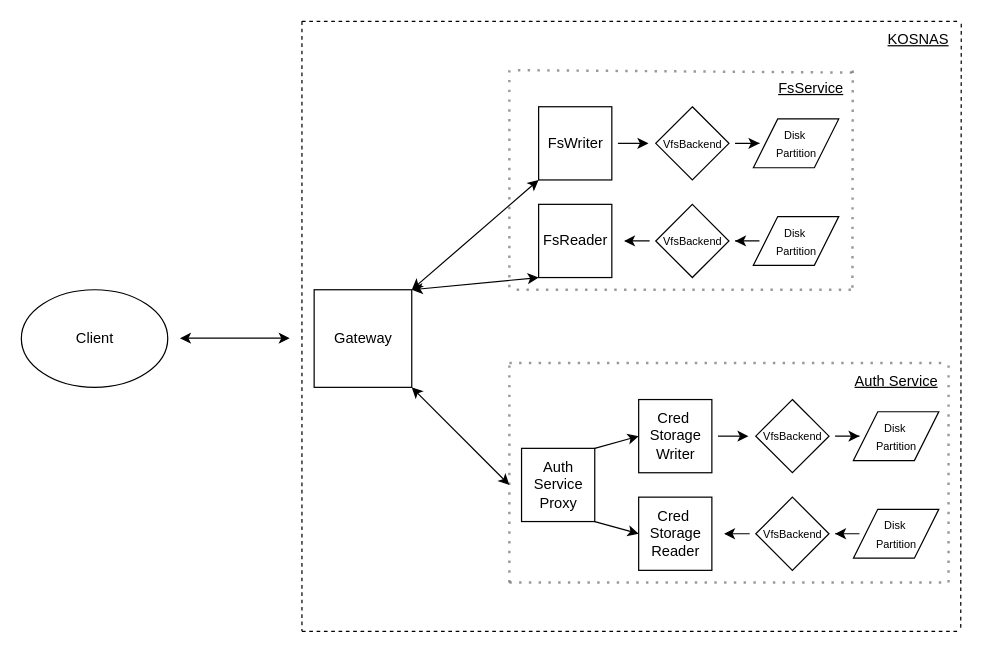
Iroh-5/kosnas keeps this draw.io diagram as assets/NAS Arch.drawio. Above is the earlier version. Source tidied: cells renumbered, new cells numbered last; positions are measured from the earlier drawing's top-left corner, leaving out a move shared by most shapes. Both pictures are drawn from the tidied source at 122%, with x=0, y=0 at pixel (21, 21).
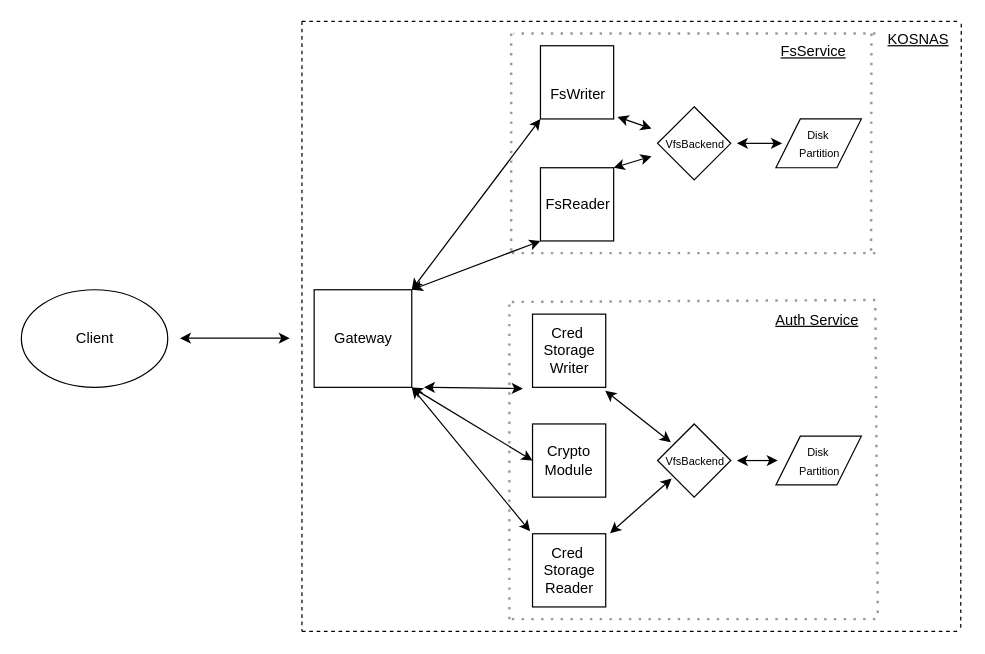
The same diagram, later.

Commit message:
Update architecture diagram

The change refers to these unchanged cells:
```xml
<mxCell id="2" style="whiteSpace=wrap;html=1;" parent="1" vertex="1">
  <mxGeometry x="240" y="220" width="80" height="80" as="geometry" />
</mxCell>
```

Change to the diagram source:
```diff
@@
     <mxCell id="8" style="whiteSpace=wrap;html=1;" parent="1" vertex="1">
-      <mxGeometry x="424" y="70" width="60" height="60" as="geometry" />
+      <mxGeometry x="425.5" y="20" width="60" height="60" as="geometry" />
     </mxCell>
     <mxCell id="9" style="whiteSpace=wrap;html=1;" parent="1" vertex="1">
-      <mxGeometry x="424" y="150" width="60" height="60" as="geometry" />
+      <mxGeometry x="425.5" y="120" width="60" height="60" as="geometry" />
     </mxCell>
     <mxCell id="10" style="rhombus;whiteSpace=wrap;html=1;" parent="1" vertex="1">
-      <mxGeometry x="520" y="70" width="60" height="60" as="geometry" />
+      <mxGeometry x="521.5" y="70" width="60" height="60" as="geometry" />
     </mxCell>
-    <mxCell id="11" style="rhombus;whiteSpace=wrap;html=1;" parent="1" vertex="1">
-      <mxGeometry x="520" y="150" width="60" height="60" as="geometry" />
-    </mxCell>
     <mxCell id="12" style="shape=parallelogram;perimeter=parallelogramPerimeter;whiteSpace=wrap;html=1;fixedSize=1;" parent="1" vertex="1">
-      <mxGeometry x="600" y="80" width="70" height="40" as="geometry" />
+      <mxGeometry x="618.5" y="80" width="70" height="40" as="geometry" />
     </mxCell>
-    <mxCell id="13" style="shape=parallelogram;perimeter=parallelogramPerimeter;whiteSpace=wrap;html=1;fixedSize=1;" parent="1" vertex="1">
-      <mxGeometry x="600" y="160" width="70" height="40" as="geometry" />
-    </mxCell>
-    <mxCell id="14" style="edgeStyle=orthogonalEdgeStyle;rounded=0;orthogonalLoop=1;jettySize=auto;html=1;" parent="1" edge="1">
-      <mxGeometry relative="1" as="geometry">
-        <mxPoint x="489" y="100" as="sourcePoint" />
-        <mxPoint x="514" y="100" as="targetPoint" />
-      </mxGeometry>
-    </mxCell>
     <mxCell id="15" value="FsReader" style="text;html=1;align=center;verticalAlign=middle;strokeColor=none;fillColor=none;" parent="1" vertex="1">
-      <mxGeometry x="414" y="165" width="80" height="30" as="geometry" />
+      <mxGeometry x="415.5" y="135" width="80" height="30" as="geometry" />
     </mxCell>
     <mxCell id="16" style="endArrow=none;dashed=1;html=1;dashPattern=1 3;strokeWidth=2;rounded=0;opacity=40;" parent="1" edge="1">
       <mxGeometry relative="1" as="geometry">
-        <mxPoint x="400" y="40" as="sourcePoint" />
-        <mxPoint x="400" y="220" as="targetPoint" />
+        <mxPoint x="401.5" y="10" as="sourcePoint" />
+        <mxPoint x="401.5" y="190" as="targetPoint" />
       </mxGeometry>
     </mxCell>
     <mxCell id="17" style="endArrow=none;dashed=1;html=1;dashPattern=1 3;strokeWidth=2;rounded=0;opacity=40;exitX=0.891;exitY=0.01;exitDx=0;exitDy=0;exitPerimeter=0;" parent="1" edge="1">
       <mxGeometry relative="1" as="geometry">
-        <mxPoint x="681.5" y="40.3" as="sourcePoint" />
-        <mxPoint x="681.2" y="220" as="targetPoint" />
+        <mxPoint x="696.8" y="10" as="sourcePoint" />
+        <mxPoint x="696.5" y="189.7" as="targetPoint" />
       </mxGeometry>
     </mxCell>
     <mxCell id="18" style="endArrow=none;dashed=1;html=1;dashPattern=1 3;strokeWidth=2;rounded=0;opacity=40;" parent="1" edge="1">
       <mxGeometry relative="1" as="geometry">
-        <mxPoint x="680" y="220" as="sourcePoint" />
-        <mxPoint x="400" y="220" as="targetPoint" />
+        <mxPoint x="700" y="190" as="sourcePoint" />
+        <mxPoint x="401.5" y="190" as="targetPoint" />
       </mxGeometry>
     </mxCell>
-    <mxCell id="19" style="endArrow=none;dashed=1;html=1;dashPattern=1 3;strokeWidth=2;rounded=0;opacity=40;exitX=0.925;exitY=0.067;exitDx=0;exitDy=0;exitPerimeter=0;" parent="1" edge="1" source="20">
+    <mxCell id="19" style="endArrow=none;dashed=1;html=1;dashPattern=1 3;strokeWidth=2;rounded=0;opacity=40;" parent="1" edge="1">
       <mxGeometry relative="1" as="geometry">
-        <mxPoint x="402" y="40" as="targetPoint" />
+        <mxPoint x="700" y="10" as="sourcePoint" />
+        <mxPoint x="403.5" y="10" as="targetPoint" />
       </mxGeometry>
     </mxCell>
     <mxCell id="20" value="FsService" style="text;html=1;align=center;verticalAlign=middle;points=[];strokeColor=none;fillColor=none;fontStyle=4;" parent="1" vertex="1">
-      <mxGeometry x="607" y="40" width="80" height="30" as="geometry" />
+      <mxGeometry x="608.5" y="10" width="80" height="30" as="geometry" />
     </mxCell>
-    <mxCell id="21" style="edgeStyle=orthogonalEdgeStyle;rounded=0;jettySize=auto;html=1;" parent="1" edge="1" source="22" target="25">
-      <mxGeometry relative="1" as="geometry" />
-    </mxCell>
     <mxCell id="22" value="&lt;font style=&quot;font-size: 9px;&quot;&gt;VfsBackend&lt;/font&gt;" style="text;html=1;align=center;verticalAlign=middle;points=[];strokeColor=none;fillColor=none;" parent="1" vertex="1">
-      <mxGeometry x="515" y="85" width="70" height="30" as="geometry" />
+      <mxGeometry x="516.5" y="85" width="70" height="30" as="geometry" />
     </mxCell>
-    <mxCell id="23" style="edgeStyle=orthogonalEdgeStyle;rounded=0;jettySize=auto;html=1;" parent="1" edge="1" source="24">
-      <mxGeometry relative="1" as="geometry">
-        <mxPoint x="494" y="180" as="targetPoint" />
-      </mxGeometry>
-    </mxCell>
-    <mxCell id="24" value="&lt;font style=&quot;font-size: 9px;&quot;&gt;VfsBackend&lt;/font&gt;" style="text;html=1;align=center;verticalAlign=middle;points=[];strokeColor=none;fillColor=none;" parent="1" vertex="1">
-      <mxGeometry x="515" y="165" width="70" height="30" as="geometry" />
-    </mxCell>
     <mxCell id="25" value="&lt;font style=&quot;font-size: 9px;&quot;&gt;Disk&lt;/font&gt;&lt;font style=&quot;font-size: 8px;&quot;&gt;&amp;nbsp;&lt;/font&gt;&lt;div&gt;&lt;font style=&quot;font-size: 9px;&quot;&gt;Partition&lt;/font&gt;&lt;/div&gt;" style="text;html=1;align=center;verticalAlign=middle;points=[];strokeColor=none;fillColor=none;" parent="1" vertex="1">
-      <mxGeometry x="605" y="80" width="60" height="40" as="geometry" />
+      <mxGeometry x="623.5" y="80" width="60" height="40" as="geometry" />
     </mxCell>
-    <mxCell id="26" style="edgeStyle=orthogonalEdgeStyle;rounded=0;jettySize=auto;html=1;" parent="1" edge="1" source="27" target="24">
-      <mxGeometry relative="1" as="geometry" />
-    </mxCell>
-    <mxCell id="27" value="&lt;font style=&quot;font-size: 9px;&quot;&gt;Disk&lt;/font&gt;&lt;font style=&quot;font-size: 8px;&quot;&gt;&amp;nbsp;&lt;/font&gt;&lt;div&gt;&lt;font style=&quot;font-size: 9px;&quot;&gt;Partition&lt;/font&gt;&lt;/div&gt;" style="text;html=1;align=center;verticalAlign=middle;points=[];strokeColor=none;fillColor=none;" parent="1" vertex="1">
-      <mxGeometry x="605" y="160" width="60" height="40" as="geometry" />
-    </mxCell>
-    <mxCell id="28" style="whiteSpace=wrap;html=1;" parent="1" vertex="1">
-      <mxGeometry x="410" y="350" width="60" height="60" as="geometry" />
-    </mxCell>
     <mxCell id="29" style="whiteSpace=wrap;html=1;" parent="1" vertex="1">
-      <mxGeometry x="506" y="310" width="60" height="60" as="geometry" />
+      <mxGeometry x="419" y="240" width="60" height="60" as="geometry" />
     </mxCell>
     <mxCell id="30" style="whiteSpace=wrap;html=1;" parent="1" vertex="1">
-      <mxGeometry x="506" y="390" width="60" height="60" as="geometry" />
+      <mxGeometry x="419" y="420" width="60" height="60" as="geometry" />
     </mxCell>
     <mxCell id="31" style="rhombus;whiteSpace=wrap;html=1;" parent="1" vertex="1">
-      <mxGeometry x="602" y="310" width="60" height="60" as="geometry" />
+      <mxGeometry x="521.5" y="330" width="60" height="60" as="geometry" />
     </mxCell>
-    <mxCell id="32" style="rhombus;whiteSpace=wrap;html=1;" parent="1" vertex="1">
-      <mxGeometry x="602" y="390" width="60" height="60" as="geometry" />
-    </mxCell>
     <mxCell id="33" style="shape=parallelogram;perimeter=parallelogramPerimeter;whiteSpace=wrap;html=1;fixedSize=1;" parent="1" vertex="1">
-      <mxGeometry x="682" y="320" width="70" height="40" as="geometry" />
+      <mxGeometry x="618.5" y="340" width="70" height="40" as="geometry" />
     </mxCell>
-    <mxCell id="34" style="shape=parallelogram;perimeter=parallelogramPerimeter;whiteSpace=wrap;html=1;fixedSize=1;" parent="1" vertex="1">
-      <mxGeometry x="682" y="400" width="70" height="40" as="geometry" />
-    </mxCell>
-    <mxCell id="35" style="edgeStyle=orthogonalEdgeStyle;rounded=0;orthogonalLoop=1;jettySize=auto;html=1;" parent="1" edge="1">
-      <mxGeometry relative="1" as="geometry">
-        <mxPoint x="571" y="340" as="sourcePoint" />
-        <mxPoint x="596" y="340" as="targetPoint" />
-      </mxGeometry>
-    </mxCell>
-    <mxCell id="36" style="edgeStyle=orthogonalEdgeStyle;rounded=0;jettySize=auto;html=1;" parent="1" edge="1" source="37" target="40">
-      <mxGeometry relative="1" as="geometry" />
-    </mxCell>
     <mxCell id="37" value="&lt;font style=&quot;font-size: 9px;&quot;&gt;VfsBackend&lt;/font&gt;" style="text;html=1;align=center;verticalAlign=middle;points=[];strokeColor=none;fillColor=none;" parent="1" vertex="1">
-      <mxGeometry x="597" y="325" width="70" height="30" as="geometry" />
+      <mxGeometry x="516.5" y="345" width="70" height="30" as="geometry" />
     </mxCell>
-    <mxCell id="38" style="edgeStyle=orthogonalEdgeStyle;rounded=0;jettySize=auto;html=1;" parent="1" edge="1" source="39">
-      <mxGeometry relative="1" as="geometry">
-        <mxPoint x="576" y="420" as="targetPoint" />
-      </mxGeometry>
-    </mxCell>
-    <mxCell id="39" value="&lt;font style=&quot;font-size: 9px;&quot;&gt;VfsBackend&lt;/font&gt;" style="text;html=1;align=center;verticalAlign=middle;points=[];strokeColor=none;fillColor=none;" parent="1" vertex="1">
-      <mxGeometry x="597" y="405" width="70" height="30" as="geometry" />
-    </mxCell>
     <mxCell id="40" value="&lt;font style=&quot;font-size: 9px;&quot;&gt;Disk&lt;/font&gt;&lt;font style=&quot;font-size: 8px;&quot;&gt;&amp;nbsp;&lt;/font&gt;&lt;div&gt;&lt;font style=&quot;font-size: 9px;&quot;&gt;Partition&lt;/font&gt;&lt;/div&gt;" style="text;html=1;align=center;verticalAlign=middle;points=[];strokeColor=none;fillColor=none;" parent="1" vertex="1">
-      <mxGeometry x="687" y="320" width="60" height="40" as="geometry" />
+      <mxGeometry x="623.5" y="340" width="60" height="40" as="geometry" />
     </mxCell>
-    <mxCell id="41" style="edgeStyle=orthogonalEdgeStyle;rounded=0;jettySize=auto;html=1;" parent="1" edge="1" source="42" target="39">
-      <mxGeometry relative="1" as="geometry" />
-    </mxCell>
-    <mxCell id="42" value="&lt;font style=&quot;font-size: 9px;&quot;&gt;Disk&lt;/font&gt;&lt;font style=&quot;font-size: 8px;&quot;&gt;&amp;nbsp;&lt;/font&gt;&lt;div&gt;&lt;font style=&quot;font-size: 9px;&quot;&gt;Partition&lt;/font&gt;&lt;/div&gt;" style="text;html=1;align=center;verticalAlign=middle;points=[];strokeColor=none;fillColor=none;" parent="1" vertex="1">
-      <mxGeometry x="687" y="400" width="60" height="40" as="geometry" />
-    </mxCell>
-    <mxCell id="43" style="endArrow=classic;html=1;rounded=0;exitX=1;exitY=0;exitDx=0;exitDy=0;entryX=0;entryY=0.5;entryDx=0;entryDy=0;" parent="1" edge="1" source="28" target="29">
-      <mxGeometry relative="1" as="geometry" />
-    </mxCell>
-    <mxCell id="44" style="endArrow=classic;html=1;rounded=0;exitX=1;exitY=1;exitDx=0;exitDy=0;entryX=0;entryY=0.5;entryDx=0;entryDy=0;" parent="1" edge="1" source="28" target="30">
-      <mxGeometry relative="1" as="geometry" />
-    </mxCell>
-    <mxCell id="45" value="Auth&lt;div&gt;Service&lt;/div&gt;&lt;div&gt;Proxy&lt;/div&gt;" style="text;html=1;align=center;verticalAlign=middle;strokeColor=none;fillColor=none;" parent="1" vertex="1">
-      <mxGeometry x="410" y="350" width="60" height="60" as="geometry" />
-    </mxCell>
     <mxCell id="46" value="Cred&amp;nbsp;&lt;div&gt;Storage&lt;div&gt;Writer&lt;/div&gt;&lt;/div&gt;" style="text;html=1;align=center;verticalAlign=middle;points=[];strokeColor=none;fillColor=none;" parent="1" vertex="1">
-      <mxGeometry x="501" y="310" width="70" height="60" as="geometry" />
+      <mxGeometry x="414" y="240" width="70" height="60" as="geometry" />
     </mxCell>
     <mxCell id="47" value="Cred&amp;nbsp;&lt;div&gt;Storage&lt;div&gt;Reader&lt;/div&gt;&lt;/div&gt;" style="text;html=1;align=center;verticalAlign=middle;points=[];strokeColor=none;fillColor=none;" parent="1" vertex="1">
-      <mxGeometry x="501" y="390" width="70" height="60" as="geometry" />
+      <mxGeometry x="414" y="420" width="70" height="60" as="geometry" />
     </mxCell>
     <mxCell id="48" style="endArrow=none;dashed=1;html=1;dashPattern=1 3;strokeWidth=2;rounded=0;textOpacity=0;opacity=40;" parent="1" edge="1">
       <mxGeometry relative="1" as="geometry">
-        <mxPoint x="400" y="460" as="sourcePoint" />
-        <mxPoint x="400" y="280" as="targetPoint" />
+        <mxPoint x="400" y="490" as="sourcePoint" />
+        <mxPoint x="400" y="230" as="targetPoint" />
       </mxGeometry>
     </mxCell>
     <mxCell id="49" style="endArrow=none;dashed=1;html=1;dashPattern=1 3;strokeWidth=2;rounded=0;textOpacity=0;opacity=40;" parent="1" edge="1">
       <mxGeometry relative="1" as="geometry">
-        <mxPoint x="760" y="460" as="sourcePoint" />
-        <mxPoint x="760" y="280" as="targetPoint" />
+        <mxPoint x="702" y="485" as="sourcePoint" />
+        <mxPoint x="700" y="235" as="targetPoint" />
       </mxGeometry>
     </mxCell>
     <mxCell id="50" style="endArrow=none;dashed=1;html=1;dashPattern=1 3;strokeWidth=2;rounded=0;textOpacity=90;fontColor=#00FFFF;opacity=40;" parent="1" edge="1">
       <mxGeometry relative="1" as="geometry">
-        <mxPoint x="400" y="460" as="sourcePoint" />
-        <mxPoint x="760" y="460" as="targetPoint" />
+        <mxPoint x="402" y="490" as="sourcePoint" />
+        <mxPoint x="700" y="490" as="targetPoint" />
       </mxGeometry>
     </mxCell>
-    <mxCell id="51" style="endArrow=none;dashed=1;html=1;dashPattern=1 3;strokeWidth=2;rounded=0;labelBackgroundColor=default;fontColor=default;opacity=40;" parent="1" edge="1">
+    <mxCell id="51" style="endArrow=none;dashed=1;html=1;dashPattern=1 3;strokeWidth=2;rounded=0;labelBackgroundColor=default;fontColor=default;opacity=40;entryX=1.041;entryY=-0.053;entryDx=0;entryDy=0;entryPerimeter=0;" parent="1" edge="1" target="52">
       <mxGeometry relative="1" as="geometry">
-        <mxPoint x="400" y="280" as="sourcePoint" />
-        <mxPoint x="760" y="280" as="targetPoint" />
+        <mxPoint x="402" y="230" as="sourcePoint" />
       </mxGeometry>
     </mxCell>
     <mxCell id="52" value="Auth Service" style="text;html=1;align=center;verticalAlign=middle;points=[];strokeColor=none;fillColor=none;fontStyle=4;" parent="1" vertex="1">
-      <mxGeometry x="672" y="280" width="90" height="30" as="geometry" />
+      <mxGeometry x="606.5" y="230" width="90" height="30" as="geometry" />
     </mxCell>
-    <mxCell id="53" style="endArrow=classic;startArrow=classic;html=1;rounded=0;exitX=1;exitY=1;exitDx=0;exitDy=0;" parent="1" edge="1" source="2">
-      <mxGeometry relative="1" as="geometry">
-        <mxPoint x="400" y="380" as="targetPoint" />
-      </mxGeometry>
+    <mxCell id="53" style="endArrow=classic;startArrow=classic;html=1;rounded=0;exitX=1;exitY=1;exitDx=0;exitDy=0;entryX=0.043;entryY=-0.033;entryDx=0;entryDy=0;entryPerimeter=0;" parent="1" edge="1" source="2" target="47">
+      <mxGeometry relative="1" as="geometry" />
     </mxCell>
@@
     <mxCell id="58" value="FsWriter" style="text;html=1;align=center;verticalAlign=middle;points=[];strokeColor=none;fillColor=none;" parent="1" vertex="1">
-      <mxGeometry x="419" y="85" width="70" height="30" as="geometry" />
+      <mxGeometry x="420.5" y="45" width="70" height="30" as="geometry" />
     </mxCell>
@@
+    <mxCell id="61" value="Crypto&lt;div&gt;Module&lt;/div&gt;" style="whiteSpace=wrap;html=1;" parent="1" vertex="1">
+      <mxGeometry x="419" y="330" width="60" height="60" as="geometry" />
+    </mxCell>
+    <mxCell id="62" style="endArrow=classic;startArrow=classic;html=1;rounded=0;exitX=1;exitY=1;exitDx=0;exitDy=0;entryX=0;entryY=0.5;entryDx=0;entryDy=0;" parent="1" edge="1" source="2" target="61">
+      <mxGeometry relative="1" as="geometry" />
+    </mxCell>
+    <mxCell id="63" style="endArrow=classic;startArrow=classic;html=1;rounded=0;entryX=-0.043;entryY=1.017;entryDx=0;entryDy=0;entryPerimeter=0;" parent="1" edge="1" target="46">
+      <mxGeometry relative="1" as="geometry">
+        <mxPoint x="330" y="300" as="sourcePoint" />
+      </mxGeometry>
+    </mxCell>
+    <mxCell id="64" style="endArrow=classic;startArrow=classic;html=1;rounded=0;exitX=0.923;exitY=1.047;exitDx=0;exitDy=0;exitPerimeter=0;" parent="1" edge="1" source="46" target="37">
+      <mxGeometry relative="1" as="geometry" />
+    </mxCell>
+    <mxCell id="65" style="endArrow=classic;startArrow=classic;html=1;rounded=0;exitX=0.98;exitY=-0.007;exitDx=0;exitDy=0;exitPerimeter=0;entryX=0.236;entryY=0.993;entryDx=0;entryDy=0;entryPerimeter=0;" parent="1" edge="1" source="47" target="37">
+      <mxGeometry relative="1" as="geometry" />
+    </mxCell>
+    <mxCell id="66" style="endArrow=classic;startArrow=classic;html=1;rounded=0;" parent="1" edge="1" source="37">
+      <mxGeometry relative="1" as="geometry">
+        <mxPoint x="620" y="360" as="targetPoint" />
+      </mxGeometry>
+    </mxCell>
+    <mxCell id="67" style="endArrow=classic;startArrow=classic;html=1;rounded=0;entryX=0.974;entryY=1.111;entryDx=0;entryDy=0;entryPerimeter=0;" parent="1" edge="1" source="22" target="58">
+      <mxGeometry relative="1" as="geometry" />
+    </mxCell>
+    <mxCell id="68" style="endArrow=classic;startArrow=classic;html=1;rounded=0;entryX=1;entryY=0;entryDx=0;entryDy=0;" parent="1" edge="1" source="22" target="9">
+      <mxGeometry relative="1" as="geometry" />
+    </mxCell>
+    <mxCell id="21" style="endArrow=classic;startArrow=classic;html=1;rounded=0;" parent="1" edge="1" source="22" target="25">
+      <mxGeometry relative="1" as="geometry" />
+    </mxCell>
```
